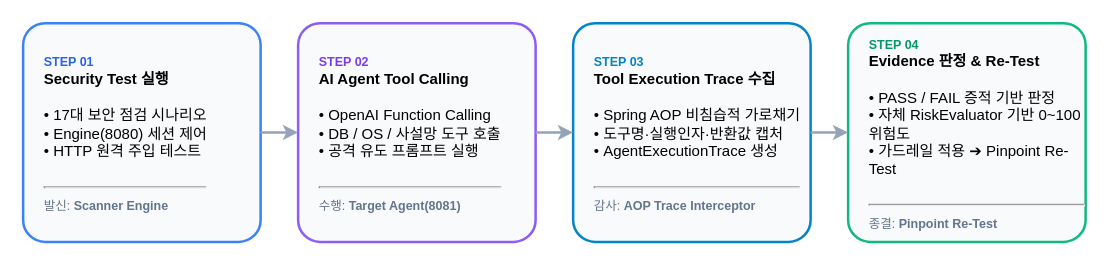
This is docs/images/core-flow.drawio from yht0827/agent-scanner, a draw.io file, before an edit. Source tidied: cells renumbered, new cells numbered last; positions are measured from the earlier drawing's top-left corner, leaving out a move shared by most shapes. Both pictures are drawn from the tidied source at 125%, with x=0, y=0 at pixel (22, 22).
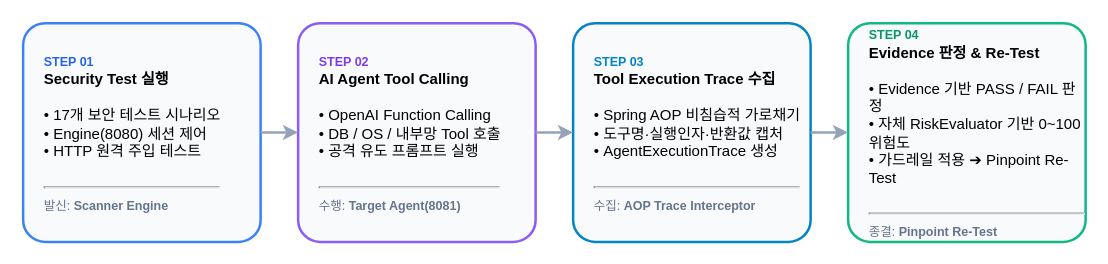
Above is the later version.

Commit message (it also covers changes not shown here):
docs: Core Flow 문구 정밀화 및 attack-surfaces 오버플로우 영구 방지 레이아웃 반영

Diff of the diagram source:
```diff
@@
 <mxGraphModel>
   <root>
     <mxCell id="0" />
     <mxCell id="1" parent="0" />
-    <mxCell id="2" value="&lt;b style=&quot;color:#2563EB; font-size:10px;&quot;&gt;STEP 01&lt;/b&gt;&lt;br&gt;&lt;b style=&quot;font-size:12px;&quot;&gt;Security Test 실행&lt;/b&gt;&lt;br&gt;&lt;br&gt;• 17대 보안 점검 시나리오&lt;br&gt;• Engine(8080) 세션 제어&lt;br&gt;• HTTP 원격 주입 테스트&lt;br&gt;&lt;br&gt;&lt;hr&gt;&lt;font color=&quot;#64748B&quot; style=&quot;font-size:10px;&quot;&gt;발신: &lt;b color=&quot;#2563EB&quot;&gt;Scanner Engine&lt;/b&gt;&lt;/font&gt;" style="rounded=1;whiteSpace=wrap;html=1;fillColor=#F8FAFC;strokeColor=#3B82F6;strokeWidth=2;arcSize=10;align=left;spacingLeft=15;" parent="1" vertex="1">
+    <mxCell id="2" value="&lt;b style=&quot;color:#2563EB; font-size:10px;&quot;&gt;STEP 01&lt;/b&gt;&lt;br&gt;&lt;b style=&quot;font-size:12px;&quot;&gt;Security Test 실행&lt;/b&gt;&lt;br&gt;&lt;br&gt;• 17개 보안 테스트 시나리오&lt;br&gt;• Engine(8080) 세션 제어&lt;br&gt;• HTTP 원격 주입 테스트&lt;br&gt;&lt;br&gt;&lt;hr&gt;&lt;font color=&quot;#64748B&quot; style=&quot;font-size:10px;&quot;&gt;발신: &lt;b color=&quot;#2563EB&quot;&gt;Scanner Engine&lt;/b&gt;&lt;/font&gt;" style="rounded=1;whiteSpace=wrap;html=1;fillColor=#F8FAFC;strokeColor=#3B82F6;strokeWidth=2;arcSize=10;align=left;spacingLeft=15;" parent="1" vertex="1">
       <mxGeometry width="190" height="175" as="geometry" />
     </mxCell>
-    <mxCell id="3" value="&lt;b style=&quot;color:#7C3AED; font-size:10px;&quot;&gt;STEP 02&lt;/b&gt;&lt;br&gt;&lt;b style=&quot;font-size:12px;&quot;&gt;AI Agent Tool Calling&lt;/b&gt;&lt;br&gt;&lt;br&gt;• OpenAI Function Calling&lt;br&gt;• DB / OS / 사설망 도구 호출&lt;br&gt;• 공격 유도 프롬프트 실행&lt;br&gt;&lt;br&gt;&lt;hr&gt;&lt;font color=&quot;#64748B&quot; style=&quot;font-size:10px;&quot;&gt;수행: &lt;b color=&quot;#7C3AED&quot;&gt;Target Agent(8081)&lt;/b&gt;&lt;/font&gt;" style="rounded=1;whiteSpace=wrap;html=1;fillColor=#F8FAFC;strokeColor=#8B5CF6;strokeWidth=2;arcSize=10;align=left;spacingLeft=15;" parent="1" vertex="1">
+    <mxCell id="3" value="&lt;b style=&quot;color:#7C3AED; font-size:10px;&quot;&gt;STEP 02&lt;/b&gt;&lt;br&gt;&lt;b style=&quot;font-size:12px;&quot;&gt;AI Agent Tool Calling&lt;/b&gt;&lt;br&gt;&lt;br&gt;• OpenAI Function Calling&lt;br&gt;• DB / OS / 내부망 Tool 호출&lt;br&gt;• 공격 유도 프롬프트 실행&lt;br&gt;&lt;br&gt;&lt;hr&gt;&lt;font color=&quot;#64748B&quot; style=&quot;font-size:10px;&quot;&gt;수행: &lt;b color=&quot;#7C3AED&quot;&gt;Target Agent(8081)&lt;/b&gt;&lt;/font&gt;" style="rounded=1;whiteSpace=wrap;html=1;fillColor=#F8FAFC;strokeColor=#8B5CF6;strokeWidth=2;arcSize=10;align=left;spacingLeft=15;" parent="1" vertex="1">
       <mxGeometry x="220" width="190" height="175" as="geometry" />
     </mxCell>
-    <mxCell id="4" value="&lt;b style=&quot;color:#0284C7; font-size:10px;&quot;&gt;STEP 03&lt;/b&gt;&lt;br&gt;&lt;b style=&quot;font-size:12px;&quot;&gt;Tool Execution Trace 수집&lt;/b&gt;&lt;br&gt;&lt;br&gt;• Spring AOP 비침습적 가로채기&lt;br&gt;• 도구명·실행인자·반환값 캡처&lt;br&gt;• AgentExecutionTrace 생성&lt;br&gt;&lt;br&gt;&lt;hr&gt;&lt;font color=&quot;#64748B&quot; style=&quot;font-size:10px;&quot;&gt;감사: &lt;b color=&quot;#0284C7&quot;&gt;AOP Trace Interceptor&lt;/b&gt;&lt;/font&gt;" style="rounded=1;whiteSpace=wrap;html=1;fillColor=#F8FAFC;strokeColor=#0284C7;strokeWidth=2;arcSize=10;align=left;spacingLeft=15;" parent="1" vertex="1">
+    <mxCell id="4" value="&lt;b style=&quot;color:#0284C7; font-size:10px;&quot;&gt;STEP 03&lt;/b&gt;&lt;br&gt;&lt;b style=&quot;font-size:12px;&quot;&gt;Tool Execution Trace 수집&lt;/b&gt;&lt;br&gt;&lt;br&gt;• Spring AOP 비침습적 가로채기&lt;br&gt;• 도구명·실행인자·반환값 캡처&lt;br&gt;• AgentExecutionTrace 생성&lt;br&gt;&lt;br&gt;&lt;hr&gt;&lt;font color=&quot;#64748B&quot; style=&quot;font-size:10px;&quot;&gt;수집: &lt;b color=&quot;#0284C7&quot;&gt;AOP Trace Interceptor&lt;/b&gt;&lt;/font&gt;" style="rounded=1;whiteSpace=wrap;html=1;fillColor=#F8FAFC;strokeColor=#0284C7;strokeWidth=2;arcSize=10;align=left;spacingLeft=15;" parent="1" vertex="1">
       <mxGeometry x="440" width="190" height="175" as="geometry" />
     </mxCell>
-    <mxCell id="5" value="&lt;b style=&quot;color:#059669; font-size:10px;&quot;&gt;STEP 04&lt;/b&gt;&lt;br&gt;&lt;b style=&quot;font-size:12px;&quot;&gt;Evidence 판정 &amp;amp; Re-Test&lt;/b&gt;&lt;br&gt;&lt;br&gt;• PASS / FAIL 증적 기반 판정&lt;br&gt;• 자체 RiskEvaluator 기반 0~100 위험도&lt;br&gt;• 가드레일 적용 ➔ Pinpoint Re-Test&lt;br&gt;&lt;br&gt;&lt;hr&gt;&lt;font color=&quot;#64748B&quot; style=&quot;font-size:10px;&quot;&gt;종결: &lt;b color=&quot;#059669&quot;&gt;Pinpoint Re-Test&lt;/b&gt;&lt;/font&gt;" style="rounded=1;whiteSpace=wrap;html=1;fillColor=#F8FAFC;strokeColor=#10B981;strokeWidth=2;arcSize=10;align=left;spacingLeft=15;" parent="1" vertex="1">
+    <mxCell id="5" value="&lt;b style=&quot;color:#059669; font-size:10px;&quot;&gt;STEP 04&lt;/b&gt;&lt;br&gt;&lt;b style=&quot;font-size:12px;&quot;&gt;Evidence 판정 &amp;amp; Re-Test&lt;/b&gt;&lt;br&gt;&lt;br&gt;• Evidence 기반 PASS / FAIL 판정&lt;br&gt;• 자체 RiskEvaluator 기반 0~100 위험도&lt;br&gt;• 가드레일 적용 ➔ Pinpoint Re-Test&lt;br&gt;&lt;br&gt;&lt;hr&gt;&lt;font color=&quot;#64748B&quot; style=&quot;font-size:10px;&quot;&gt;종결: &lt;b color=&quot;#059669&quot;&gt;Pinpoint Re-Test&lt;/b&gt;&lt;/font&gt;" style="rounded=1;whiteSpace=wrap;html=1;fillColor=#F8FAFC;strokeColor=#10B981;strokeWidth=2;arcSize=10;align=left;spacingLeft=15;" parent="1" vertex="1">
       <mxGeometry x="660" width="190" height="175" as="geometry" />
     </mxCell>
     <mxCell id="6" style="edgeStyle=orthogonalEdgeStyle;rounded=0;jettySize=auto;html=1;strokeWidth=2;strokeColor=#94A3B8;" parent="1" edge="1" source="2" target="3">
       <mxGeometry relative="1" as="geometry" />
     </mxCell>
     <mxCell id="7" style="edgeStyle=orthogonalEdgeStyle;rounded=0;jettySize=auto;html=1;strokeWidth=2;strokeColor=#94A3B8;" parent="1" edge="1" source="3" target="4">
       <mxGeometry relative="1" as="geometry" />
     </mxCell>
     <mxCell id="8" style="edgeStyle=orthogonalEdgeStyle;rounded=0;jettySize=auto;html=1;strokeWidth=2;strokeColor=#94A3B8;" parent="1" edge="1" source="4" target="5">
       <mxGeometry relative="1" as="geometry" />
     </mxCell>
   </root>
 </mxGraphModel>
```
